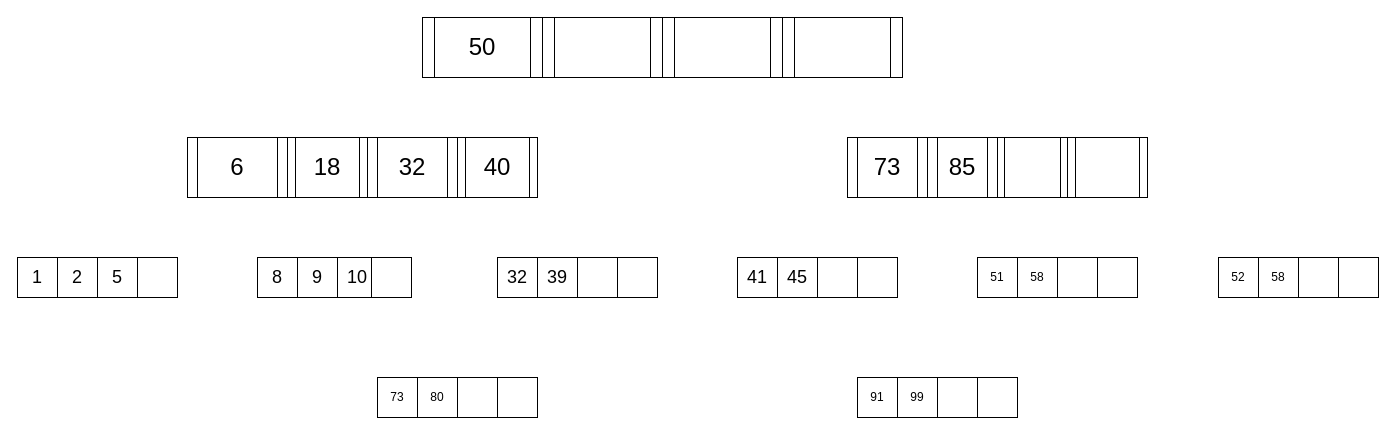
Above: page "Page-5" (5 of 8) of Untitled Diagram.drawio in Bibi2002/Proekt (draw.io), before the change. Source tidied: cells renumbered, new cells numbered last; positions are measured from the earlier drawing's top-left corner, leaving out a move shared by most shapes. Both pictures are drawn from the tidied source at 100%, with x=0, y=0 at pixel (17, 17).
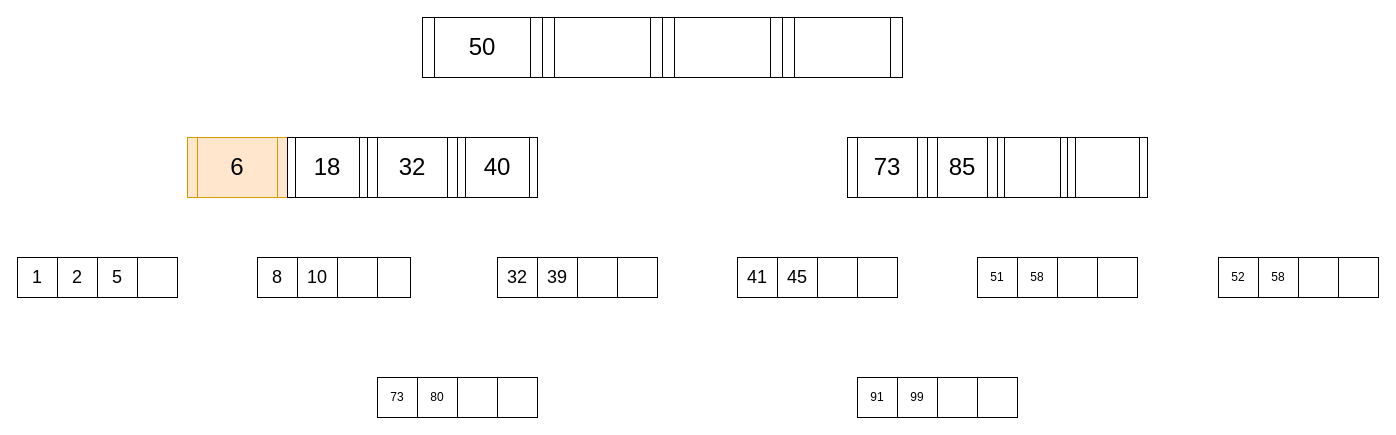
After the change.

Change to the diagram source:
```diff
@@
-    <mxCell id="6" value="&lt;font style=&quot;font-size: 24px&quot;&gt;6&lt;/font&gt;" style="shape=process;whiteSpace=wrap;html=1;backgroundOutline=1;hachureGap=4;align=center;" parent="1" vertex="1">
+    <mxCell id="6" value="&lt;font style=&quot;font-size: 24px&quot;&gt;6&lt;/font&gt;" style="shape=process;whiteSpace=wrap;html=1;backgroundOutline=1;hachureGap=4;align=center;fillColor=#ffe6cc;strokeColor=#d79b00;" parent="1" vertex="1">
       <mxGeometry x="170" y="120" width="100" height="60" as="geometry" />
     </mxCell>
@@
-    <mxCell id="23" value="&lt;font style=&quot;font-size: 18px&quot;&gt;9&lt;/font&gt;" style="rounded=0;whiteSpace=wrap;html=1;hachureGap=4;align=center;" parent="1" vertex="1">
+    <mxCell id="23" value="&lt;span style=&quot;font-size: 18px&quot;&gt;10&lt;/span&gt;" style="rounded=0;whiteSpace=wrap;html=1;hachureGap=4;align=center;" parent="1" vertex="1">
       <mxGeometry x="280" y="240" width="40" height="40" as="geometry" />
     </mxCell>
-    <mxCell id="24" value="&lt;font style=&quot;font-size: 18px&quot;&gt;10&lt;/font&gt;" style="rounded=0;whiteSpace=wrap;html=1;hachureGap=4;align=center;" parent="1" vertex="1">
+    <mxCell id="24" style="rounded=0;whiteSpace=wrap;html=1;hachureGap=4;align=center;" parent="1" vertex="1">
       <mxGeometry x="320" y="240" width="40" height="40" as="geometry" />
     </mxCell>
     <mxCell id="25" style="rounded=0;whiteSpace=wrap;html=1;hachureGap=4;align=center;" parent="1" vertex="1">
-      <mxGeometry x="354" y="240" width="40" height="40" as="geometry" />
+      <mxGeometry x="360" y="240" width="33" height="40" as="geometry" />
     </mxCell>
```
